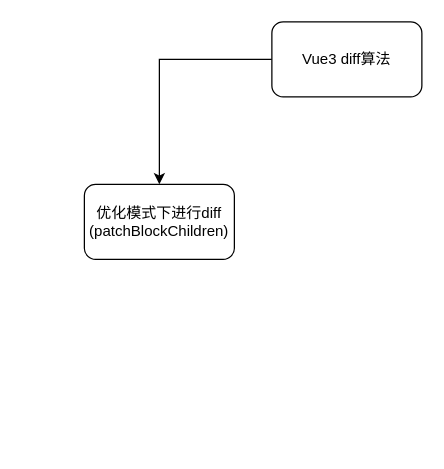
Earlier version of the draw.io diagram vue3 diff算法.drawio (AdhereZ/graph). Source tidied: cells renumbered, new cells numbered last; positions are measured from the earlier drawing's top-left corner, leaving out a move shared by most shapes. Both pictures are drawn from the tidied source at 125%, with x=0, y=0 at pixel (84, 21).
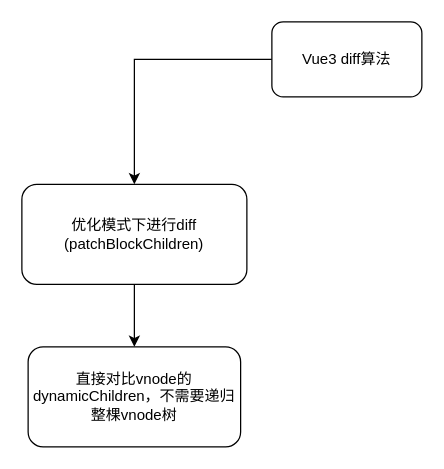
Above is the later version.

What changed in the source:
```diff
@@
 <mxGraphModel>
   <root>
     <mxCell id="0" />
     <mxCell id="1" parent="0" />
     <mxCell id="2" style="edgeStyle=orthogonalEdgeStyle;rounded=0;jettySize=auto;html=1;" parent="1" edge="1" source="3" target="4">
       <mxGeometry relative="1" as="geometry" />
     </mxCell>
     <mxCell id="3" value="Vue3 diff算法" style="rounded=1;whiteSpace=wrap;html=1;" parent="1" vertex="1">
       <mxGeometry x="150" width="120" height="60" as="geometry" />
     </mxCell>
+    <mxCell id="5" style="edgeStyle=orthogonalEdgeStyle;rounded=0;jettySize=auto;html=1;" parent="1" edge="1" source="4" target="6">
+      <mxGeometry relative="1" as="geometry" />
+    </mxCell>
     <mxCell id="4" value="优化模式下进行diff&lt;br&gt;(patchBlockChildren)" style="rounded=1;whiteSpace=wrap;html=1;" parent="1" vertex="1">
-      <mxGeometry y="130" width="120" height="60" as="geometry" />
+      <mxGeometry x="-50" y="130" width="180" height="80" as="geometry" />
     </mxCell>
+    <mxCell id="6" value="直接对比vnode的dynamicChildren，不需要递归整棵vnode树" style="rounded=1;whiteSpace=wrap;html=1;" parent="1" vertex="1">
+      <mxGeometry x="-45" y="260" width="170" height="80" as="geometry" />
+    </mxCell>
   </root>
 </mxGraphModel>
```
